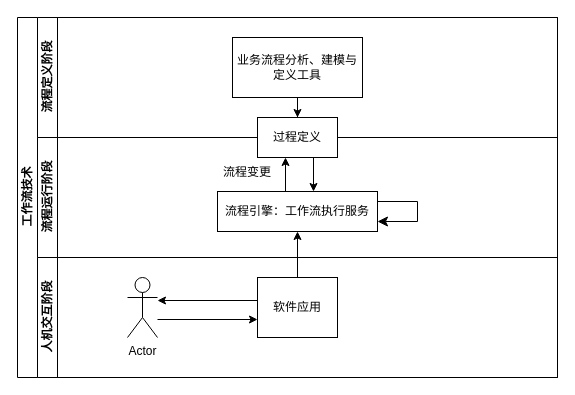
The draw.io diagram 未命名绘图.drawio in linxinqiang90/drawio, before the edit. Source tidied: cells renumbered, new cells numbered last; positions are measured from the earlier drawing's top-left corner, leaving out a move shared by most shapes. Both pictures are drawn from the tidied source at 100%, with x=0, y=0 at pixel (17, 17).
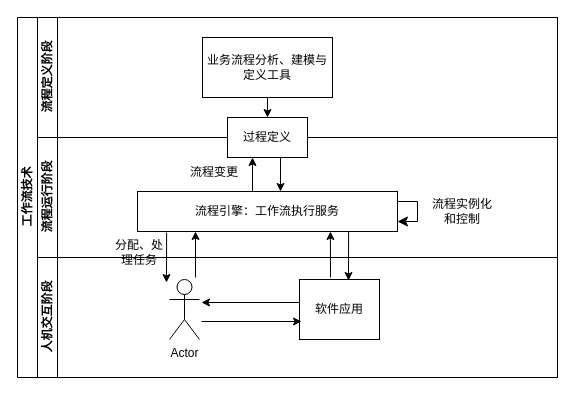
The same diagram, later.

Commit message (it also covers changes not shown here):
更新未命名绘图.drawio

Unchanged cells that the change refers to:
```xml
<mxCell id="2" value="工作流技术" style="swimlane;html=1;horizontal=0;startSize=20;" parent="1" vertex="1">
  <mxGeometry width="540" height="360" as="geometry" />
</mxCell>
<mxCell id="3" value="流程定义阶段" style="swimlane;html=1;startSize=20;horizontal=0;" parent="2" vertex="1">
  <mxGeometry x="20" width="520" height="120" as="geometry" />
</mxCell>
<mxCell id="5" value="流程运行阶段" style="swimlane;html=1;startSize=20;horizontal=0;" parent="2" vertex="1">
  <mxGeometry x="20" y="120" width="520" height="120" as="geometry" />
</mxCell>
<mxCell id="12" value="人机交互阶段" style="swimlane;html=1;startSize=20;horizontal=0;" parent="2" vertex="1">
  <mxGeometry x="20" y="240" width="520" height="120" as="geometry" />
</mxCell>
```

Diff of the diagram source:
```diff
@@
     <mxCell id="4" value="业务流程分析、建模与定义工具" style="rounded=0;whiteSpace=wrap;html=1;fontFamily=Helvetica;fontSize=12;fontColor=#000000;align=center;" parent="3" vertex="1">
-      <mxGeometry x="195" y="20" width="130" height="60" as="geometry" />
+      <mxGeometry x="165" y="20" width="130" height="60" as="geometry" />
     </mxCell>
@@
     <mxCell id="6" style="edgeStyle=orthogonalEdgeStyle;rounded=0;orthogonalLoop=1;jettySize=auto;html=1;" parent="5" edge="1">
       <mxGeometry relative="1" as="geometry">
-        <mxPoint x="276" y="20" as="sourcePoint" />
-        <mxPoint x="276" y="54" as="targetPoint" />
+        <mxPoint x="243" y="20" as="sourcePoint" />
+        <mxPoint x="243" y="54" as="targetPoint" />
       </mxGeometry>
     </mxCell>
     <mxCell id="7" value="过程定义" style="rounded=0;whiteSpace=wrap;html=1;fontFamily=Helvetica;fontSize=12;fontColor=#000000;align=center;" parent="5" vertex="1">
-      <mxGeometry x="220" y="-20" width="80" height="40" as="geometry" />
+      <mxGeometry x="190" y="-20" width="80" height="40" as="geometry" />
     </mxCell>
     <mxCell id="8" style="edgeStyle=orthogonalEdgeStyle;rounded=0;orthogonalLoop=1;jettySize=auto;html=1;" parent="5" edge="1">
       <mxGeometry relative="1" as="geometry">
-        <mxPoint x="248" y="54" as="sourcePoint" />
-        <mxPoint x="248" y="20" as="targetPoint" />
+        <mxPoint x="215" y="54" as="sourcePoint" />
+        <mxPoint x="215" y="20" as="targetPoint" />
       </mxGeometry>
     </mxCell>
     <mxCell id="9" value="流程引擎：工作流执行服务" style="rounded=0;whiteSpace=wrap;html=1;" parent="5" vertex="1">
-      <mxGeometry x="180" y="54" width="160" height="40" as="geometry" />
+      <mxGeometry x="100" y="54" width="260" height="40" as="geometry" />
     </mxCell>
@@
     <mxCell id="11" value="流程变更" style="text;html=1;align=center;verticalAlign=middle;whiteSpace=wrap;rounded=0;" parent="5" vertex="1">
-      <mxGeometry x="180" y="20" width="60" height="30" as="geometry" />
+      <mxGeometry x="147" y="20" width="60" height="30" as="geometry" />
     </mxCell>
+    <mxCell id="19" value="流程实例化和控制" style="text;html=1;align=center;verticalAlign=middle;whiteSpace=wrap;rounded=0;" parent="5" vertex="1">
+      <mxGeometry x="390" y="59" width="70" height="30" as="geometry" />
+    </mxCell>
+    <mxCell id="20" style="endArrow=classic;html=1;rounded=0;exitX=0.812;exitY=0.975;exitDx=0;exitDy=0;exitPerimeter=0;" parent="5" edge="1">
+      <mxGeometry relative="1" as="geometry">
+        <mxPoint x="311.1" y="94" as="sourcePoint" />
+        <mxPoint x="311" y="143" as="targetPoint" />
+      </mxGeometry>
+    </mxCell>
@@
     <mxCell id="13" style="edgeStyle=orthogonalEdgeStyle;rounded=0;orthogonalLoop=1;jettySize=auto;html=1;" parent="12" edge="1">
       <mxGeometry relative="1" as="geometry">
-        <mxPoint x="220" y="43" as="sourcePoint" />
-        <mxPoint x="120" y="43" as="targetPoint" />
+        <mxPoint x="264" y="45" as="sourcePoint" />
+        <mxPoint x="164" y="45" as="targetPoint" />
       </mxGeometry>
     </mxCell>
     <mxCell id="14" value="软件应用" style="rounded=0;whiteSpace=wrap;html=1;fontFamily=Helvetica;fontSize=12;fontColor=#000000;align=center;" parent="12" vertex="1">
-      <mxGeometry x="220" y="20" width="80" height="60" as="geometry" />
+      <mxGeometry x="262" y="22" width="80" height="60" as="geometry" />
     </mxCell>
     <mxCell id="15" style="edgeStyle=orthogonalEdgeStyle;rounded=0;orthogonalLoop=1;jettySize=auto;html=1;" parent="12" edge="1">
       <mxGeometry relative="1" as="geometry">
-        <mxPoint x="120" y="62" as="sourcePoint" />
-        <mxPoint x="220" y="62" as="targetPoint" />
+        <mxPoint x="164" y="64" as="sourcePoint" />
+        <mxPoint x="264" y="64" as="targetPoint" />
       </mxGeometry>
     </mxCell>
     <mxCell id="16" value="Actor" style="shape=umlActor;verticalLabelPosition=bottom;verticalAlign=top;html=1;" parent="12" vertex="1">
-      <mxGeometry x="90" y="20" width="30" height="60" as="geometry" />
+      <mxGeometry x="132" y="22" width="30" height="60" as="geometry" />
     </mxCell>
+    <mxCell id="21" value="分配、处理任务" style="text;html=1;align=center;verticalAlign=middle;whiteSpace=wrap;rounded=0;" parent="12" vertex="1">
+      <mxGeometry x="72" y="-20" width="60" height="30" as="geometry" />
+    </mxCell>
@@
-    <mxCell id="18" style="edgeStyle=orthogonalEdgeStyle;rounded=0;jettySize=auto;html=1;" parent="2" edge="1" source="14" target="9">
-      <mxGeometry relative="1" as="geometry" />
-    </mxCell>
+    <mxCell id="22" style="endArrow=classic;html=1;rounded=0;entryX=0.692;entryY=1.175;entryDx=0;entryDy=0;entryPerimeter=0;" parent="1" edge="1">
+      <mxGeometry relative="1" as="geometry">
+        <mxPoint x="313" y="260" as="sourcePoint" />
+        <mxPoint x="312.9" y="214" as="targetPoint" />
+      </mxGeometry>
+    </mxCell>
+    <mxCell id="23" style="endArrow=classic;html=1;rounded=0;entryX=0.204;entryY=1;entryDx=0;entryDy=0;entryPerimeter=0;" parent="1" edge="1">
+      <mxGeometry relative="1" as="geometry">
+        <mxPoint x="178" y="260" as="sourcePoint" />
+        <mxPoint x="178" y="214" as="targetPoint" />
+      </mxGeometry>
+    </mxCell>
+    <mxCell id="24" style="endArrow=classic;html=1;rounded=0;exitX=0.885;exitY=1.15;exitDx=0;exitDy=0;exitPerimeter=0;" parent="1" edge="1">
+      <mxGeometry relative="1" as="geometry">
+        <mxPoint x="149.1" y="215" as="sourcePoint" />
+        <mxPoint x="149" y="265" as="targetPoint" />
+      </mxGeometry>
+    </mxCell>
```
